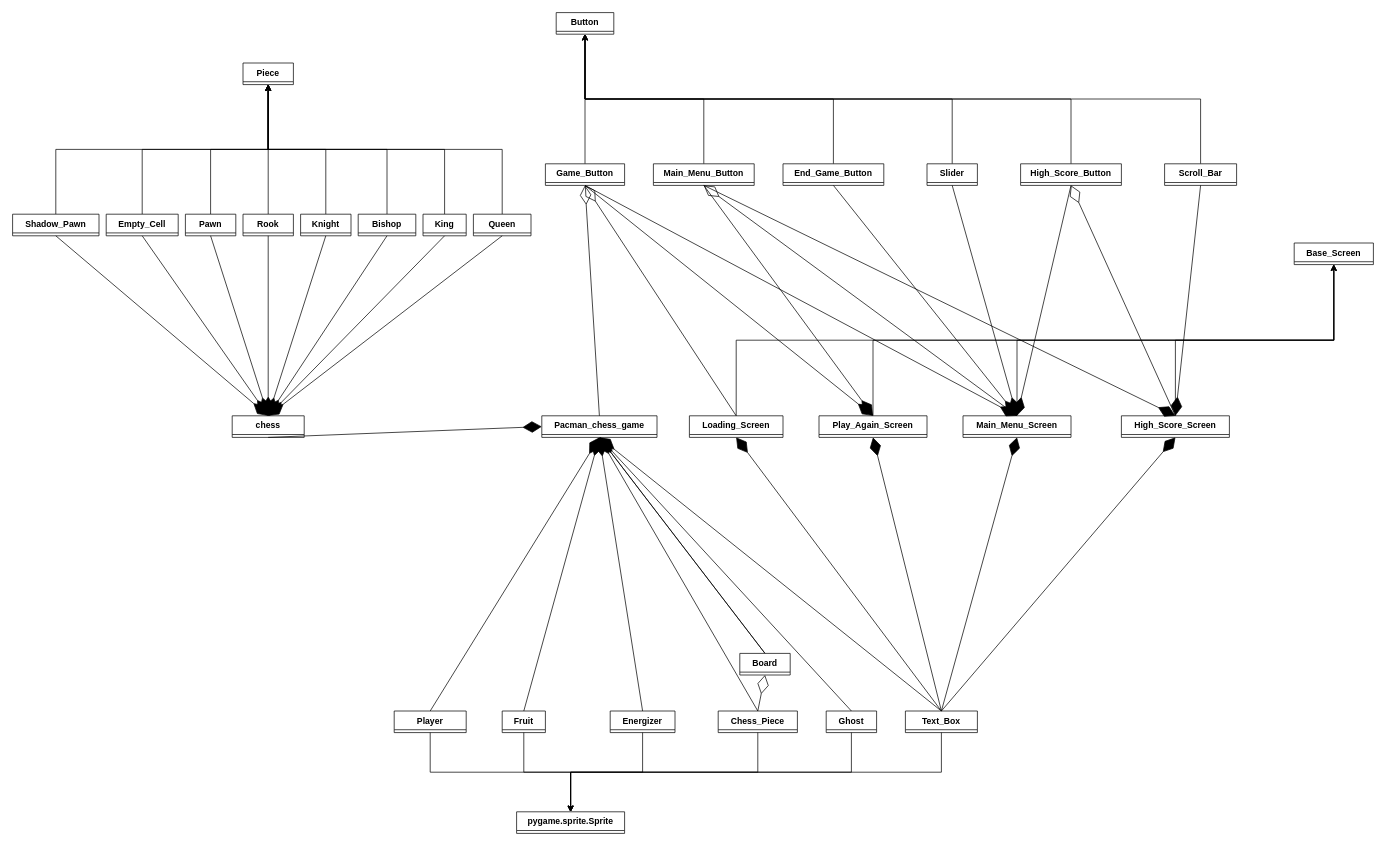
Earlier version of the draw.io diagram NEA_UML.drawio (daniel473473/chess_NEA_current). Source tidied: cells renumbered, new cells numbered last; positions are measured from the earlier drawing's top-left corner, leaving out a move shared by most shapes. Both pictures are drawn from the tidied source at 72%, with x=0, y=0 at pixel (12, 12).
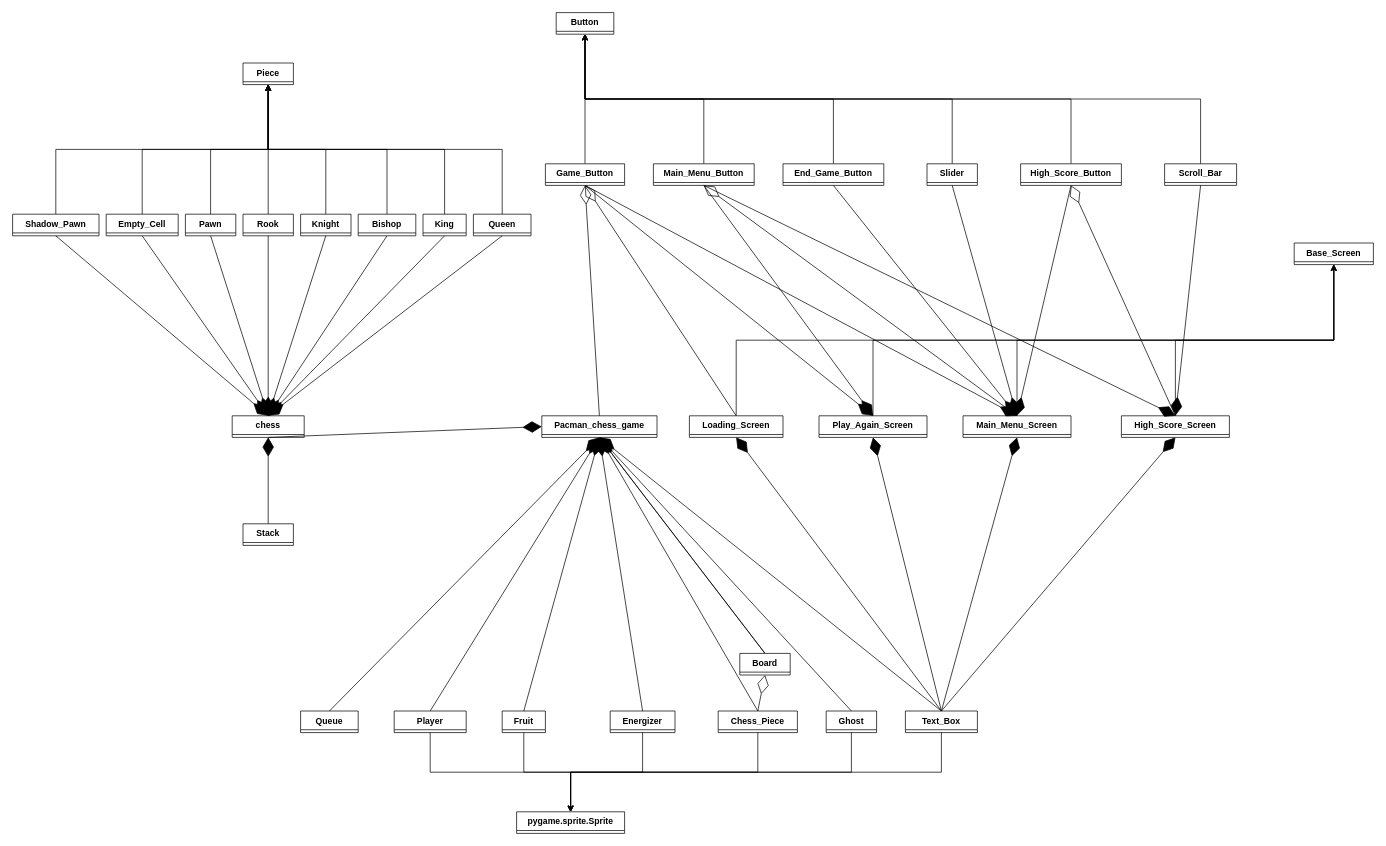
The same diagram, later.

Unchanged cells that the change refers to:
```xml
<mxCell id="4" value="chess" style="swimlane;fontStyle=1;align=center;verticalAlign=top;horizontal=1;startSize=26;whiteSpace=wrap;html=1;" parent="1" vertex="1" collapsed="1">
  <mxGeometry x="305" y="560" width="100" height="30" as="geometry" />
</mxCell>
<mxCell id="15" value="Pacman_chess_game" style="swimlane;fontStyle=1;align=center;verticalAlign=top;horizontal=1;startSize=26;whiteSpace=wrap;html=1;" parent="1" vertex="1" collapsed="1">
  <mxGeometry x="735" y="560" width="160" height="30" as="geometry" />
</mxCell>
```

Diff of the diagram source:
```diff
@@
+    <mxCell id="91" value="Stack" style="swimlane;fontStyle=1;align=center;verticalAlign=top;horizontal=1;startSize=26;whiteSpace=wrap;html=1;" parent="1" vertex="1" collapsed="1">
+      <mxGeometry x="320" y="710" width="70" height="30" as="geometry" />
+    </mxCell>
+    <mxCell id="92" value="Queue" style="swimlane;fontStyle=1;align=center;verticalAlign=top;horizontal=1;startSize=26;whiteSpace=wrap;html=1;" parent="1" vertex="1" collapsed="1">
+      <mxGeometry x="400" y="970" width="80" height="30" as="geometry" />
+    </mxCell>
+    <mxCell id="93" style="endArrow=diamondThin;endFill=1;endSize=24;html=1;rounded=0;exitX=0.5;exitY=0;exitDx=0;exitDy=0;entryX=0.5;entryY=1;entryDx=0;entryDy=0;" parent="1" edge="1" source="91" target="4">
+      <mxGeometry relative="1" as="geometry" />
+    </mxCell>
+    <mxCell id="94" style="endArrow=diamondThin;endFill=1;endSize=24;html=1;rounded=0;exitX=0.5;exitY=0;exitDx=0;exitDy=0;entryX=0.5;entryY=1;entryDx=0;entryDy=0;" parent="1" edge="1" source="92" target="15">
+      <mxGeometry relative="1" as="geometry" />
+    </mxCell>
```
